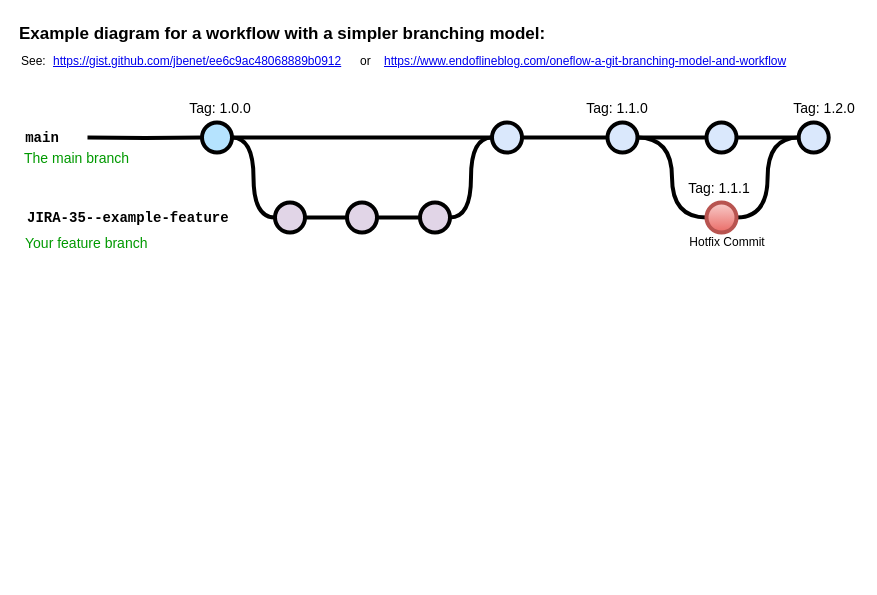
Before: 未命名绘图.drawio in enchanter1cl/test-demo, a draw.io diagram. Source tidied: cells renumbered, new cells numbered last; positions are measured from the earlier drawing's top-left corner, leaving out a move shared by most shapes. Both pictures are drawn from the tidied source at 100%, with x=0, y=0 at pixel (17, 17).
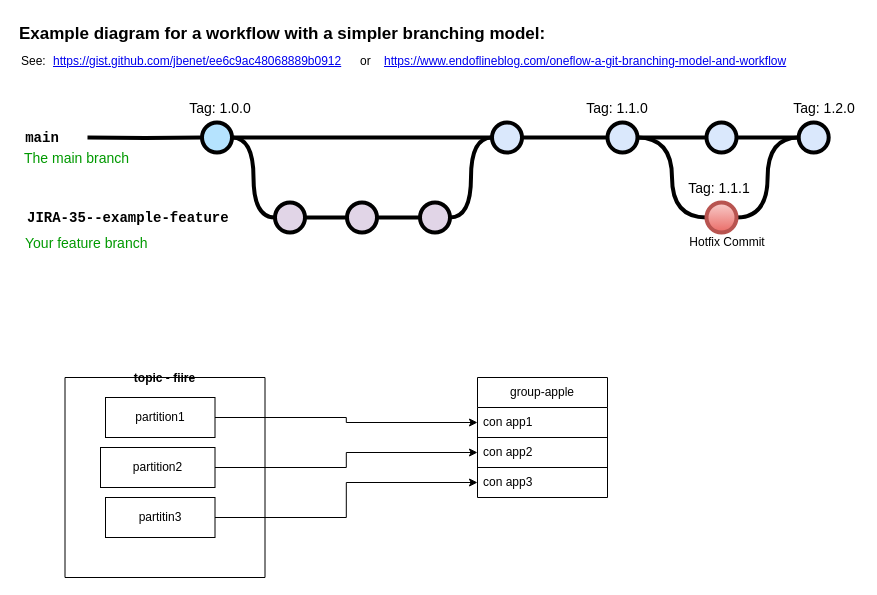
The same page after the edit.

The edit, as a diff of the source:
```diff
@@
+    <mxCell id="36" value="topic - fiire" style="swimlane;startSize=0;" parent="1" vertex="1">
+      <mxGeometry x="47.5" y="360" width="200" height="200" as="geometry" />
+    </mxCell>
+    <mxCell id="37" value="partition1" style="rounded=0;whiteSpace=wrap;html=1;" parent="36" vertex="1">
+      <mxGeometry x="40.5" y="20" width="109.5" height="40" as="geometry" />
+    </mxCell>
+    <mxCell id="38" value="partition2" style="rounded=0;whiteSpace=wrap;html=1;" parent="36" vertex="1">
+      <mxGeometry x="35.5" y="70" width="114.5" height="40" as="geometry" />
+    </mxCell>
+    <mxCell id="39" value="partitin3" style="rounded=0;whiteSpace=wrap;html=1;" parent="36" vertex="1">
+      <mxGeometry x="40.5" y="120" width="109.5" height="40" as="geometry" />
+    </mxCell>
+    <mxCell id="40" value="group-apple" style="swimlane;fontStyle=0;horizontal=1;startSize=30;whiteSpace=wrap;html=1;" parent="1" vertex="1">
+      <mxGeometry x="460" y="360" width="130" height="120" as="geometry" />
+    </mxCell>
+    <mxCell id="41" value="con app1" style="text;strokeColor=none;fillColor=none;align=left;verticalAlign=middle;spacingLeft=4;spacingRight=4;overflow=hidden;points=[[0,0.5],[1,0.5]];portConstraint=eastwest;whiteSpace=wrap;html=1;" parent="40" vertex="1">
+      <mxGeometry y="30" width="130" height="30" as="geometry" />
+    </mxCell>
+    <mxCell id="42" value="con app2" style="text;strokeColor=default;fillColor=none;align=left;verticalAlign=middle;spacingLeft=4;spacingRight=4;overflow=hidden;points=[[0,0.5],[1,0.5]];portConstraint=eastwest;whiteSpace=wrap;html=1;" parent="40" vertex="1">
+      <mxGeometry y="60" width="130" height="30" as="geometry" />
+    </mxCell>
+    <mxCell id="43" value="con app3" style="text;strokeColor=none;fillColor=none;align=left;verticalAlign=middle;spacingLeft=4;spacingRight=4;overflow=hidden;points=[[0,0.5],[1,0.5]];portConstraint=eastwest;whiteSpace=wrap;html=1;" parent="40" vertex="1">
+      <mxGeometry y="90" width="130" height="30" as="geometry" />
+    </mxCell>
+    <mxCell id="44" style="edgeStyle=orthogonalEdgeStyle;rounded=0;jettySize=auto;html=1;exitX=1;exitY=0.5;exitDx=0;exitDy=0;entryX=0;entryY=0.5;entryDx=0;entryDy=0;" parent="1" edge="1" source="37" target="41">
+      <mxGeometry relative="1" as="geometry" />
+    </mxCell>
+    <mxCell id="45" style="edgeStyle=orthogonalEdgeStyle;rounded=0;jettySize=auto;html=1;exitX=1;exitY=0.5;exitDx=0;exitDy=0;entryX=0;entryY=0.5;entryDx=0;entryDy=0;" parent="1" edge="1" source="38" target="42">
+      <mxGeometry relative="1" as="geometry" />
+    </mxCell>
+    <mxCell id="46" style="edgeStyle=orthogonalEdgeStyle;rounded=0;jettySize=auto;html=1;exitX=1;exitY=0.5;exitDx=0;exitDy=0;entryX=0;entryY=0.5;entryDx=0;entryDy=0;" parent="1" edge="1" source="39" target="43">
+      <mxGeometry relative="1" as="geometry" />
+    </mxCell>
```
